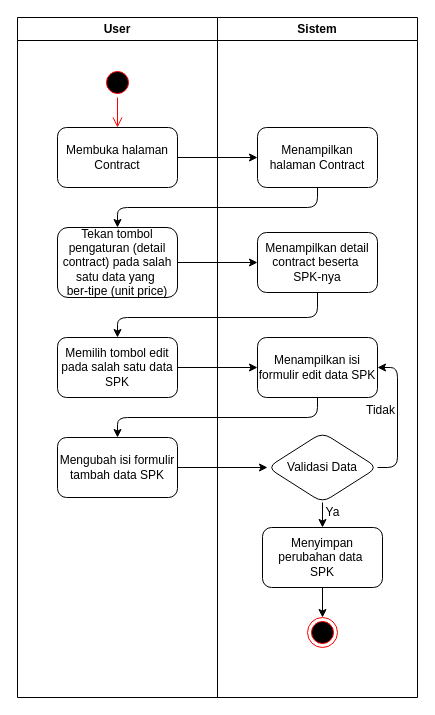
The draw.io diagram contract/editSPK.drawio in rismanrhz/idms, before the edit. Source tidied: cells renumbered, new cells numbered last; positions are measured from the earlier drawing's top-left corner, leaving out a move shared by most shapes. Both pictures are drawn from the tidied source at 100%, with x=0, y=0 at pixel (17, 17).
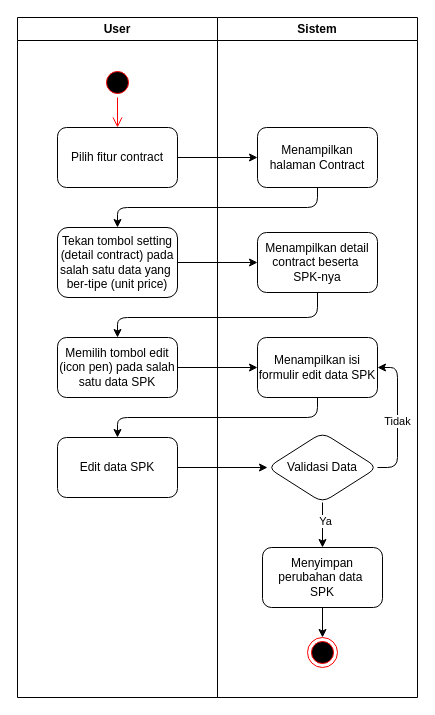
After the change.

Unchanged cells that the change refers to:
```xml
<mxCell id="2" value="User" style="swimlane;whiteSpace=wrap;html=1;" parent="1" vertex="1">
  <mxGeometry width="200" height="680" as="geometry" />
</mxCell>
<mxCell id="9" value="Sistem" style="swimlane;whiteSpace=wrap;html=1;" parent="1" vertex="1">
  <mxGeometry x="200" width="200" height="680" as="geometry" />
</mxCell>
<mxCell id="13" style="edgeStyle=none;html=1;entryX=1;entryY=0.5;entryDx=0;entryDy=0;" parent="9" edge="1" source="15" target="12">
  <mxGeometry relative="1" as="geometry">
    <Array as="points">
      <mxPoint x="180" y="450" />
      <mxPoint x="180" y="350" />
    </Array>
  </mxGeometry>
</mxCell>
<mxCell id="14" style="edgeStyle=none;html=1;" parent="9" edge="1" source="15" target="17">
  <mxGeometry relative="1" as="geometry" />
</mxCell>
```

Change to the diagram source:
```diff
@@
-    <mxCell id="4" value="Membuka halaman Contract" style="rounded=1;whiteSpace=wrap;html=1;" parent="2" vertex="1">
+    <mxCell id="4" value="Pilih fitur contract" style="rounded=1;whiteSpace=wrap;html=1;" parent="2" vertex="1">
       <mxGeometry x="40" y="110" width="120" height="60" as="geometry" />
     </mxCell>
@@
-    <mxCell id="6" value="Tekan tombol pengaturan (detail contract) pada salah satu data yang&amp;nbsp;&lt;div&gt;ber-tipe (unit price)&lt;/div&gt;" style="rounded=1;whiteSpace=wrap;html=1;" parent="2" vertex="1">
+    <mxCell id="6" value="Tekan tombol setting (detail contract) pada salah satu data yang&amp;nbsp;&lt;div&gt;ber-tipe (unit price)&lt;/div&gt;" style="rounded=1;whiteSpace=wrap;html=1;" parent="2" vertex="1">
       <mxGeometry x="40" y="210" width="120" height="70" as="geometry" />
     </mxCell>
-    <mxCell id="7" value="Memilih tombol edit pada salah satu data SPK" style="rounded=1;whiteSpace=wrap;html=1;" parent="2" vertex="1">
+    <mxCell id="7" value="Memilih tombol edit (icon pen) pada salah satu data SPK" style="rounded=1;whiteSpace=wrap;html=1;" parent="2" vertex="1">
       <mxGeometry x="40" y="320" width="120" height="60" as="geometry" />
     </mxCell>
-    <mxCell id="8" value="Mengubah isi formulir tambah data SPK" style="rounded=1;whiteSpace=wrap;html=1;" parent="2" vertex="1">
+    <mxCell id="8" value="Edit data SPK" style="rounded=1;whiteSpace=wrap;html=1;" parent="2" vertex="1">
       <mxGeometry x="40" y="420" width="120" height="60" as="geometry" />
     </mxCell>
@@
+    <mxCell id="27" value="Tidak" style="edgeLabel;html=1;align=center;verticalAlign=middle;" parent="13" vertex="1">
+      <mxGeometry x="-0.05" y="1" relative="1" as="geometry" />
+    </mxCell>
@@
+    <mxCell id="18" value="Ya" style="edgeLabel;html=1;align=center;verticalAlign=middle;" parent="14" vertex="1">
+      <mxGeometry x="-0.18" y="2" relative="1" as="geometry" />
+    </mxCell>
@@
     <mxCell id="17" value="Menyimpan perubahan data&amp;nbsp;&lt;div&gt;SPK&lt;/div&gt;" style="rounded=1;whiteSpace=wrap;html=1;" parent="9" vertex="1">
-      <mxGeometry x="45" y="510" width="120" height="60" as="geometry" />
+      <mxGeometry x="45" y="530" width="120" height="60" as="geometry" />
     </mxCell>
-    <mxCell id="18" value="Ya" style="text;html=1;align=center;verticalAlign=middle;strokeColor=none;fillColor=none;" parent="9" vertex="1">
-      <mxGeometry x="95" y="480" width="40" height="30" as="geometry" />
-    </mxCell>
     <mxCell id="19" style="ellipse;html=1;shape=endState;fillColor=#000000;strokeColor=#ff0000;" parent="9" vertex="1">
-      <mxGeometry x="90" y="600" width="30" height="30" as="geometry" />
+      <mxGeometry x="90" y="620" width="30" height="30" as="geometry" />
     </mxCell>
@@
-    <mxCell id="27" value="Tidak" style="text;html=1;align=center;verticalAlign=middle;strokeColor=none;fillColor=none;" parent="1" vertex="1">
-      <mxGeometry x="338" y="378" width="50" height="30" as="geometry" />
-    </mxCell>
```
